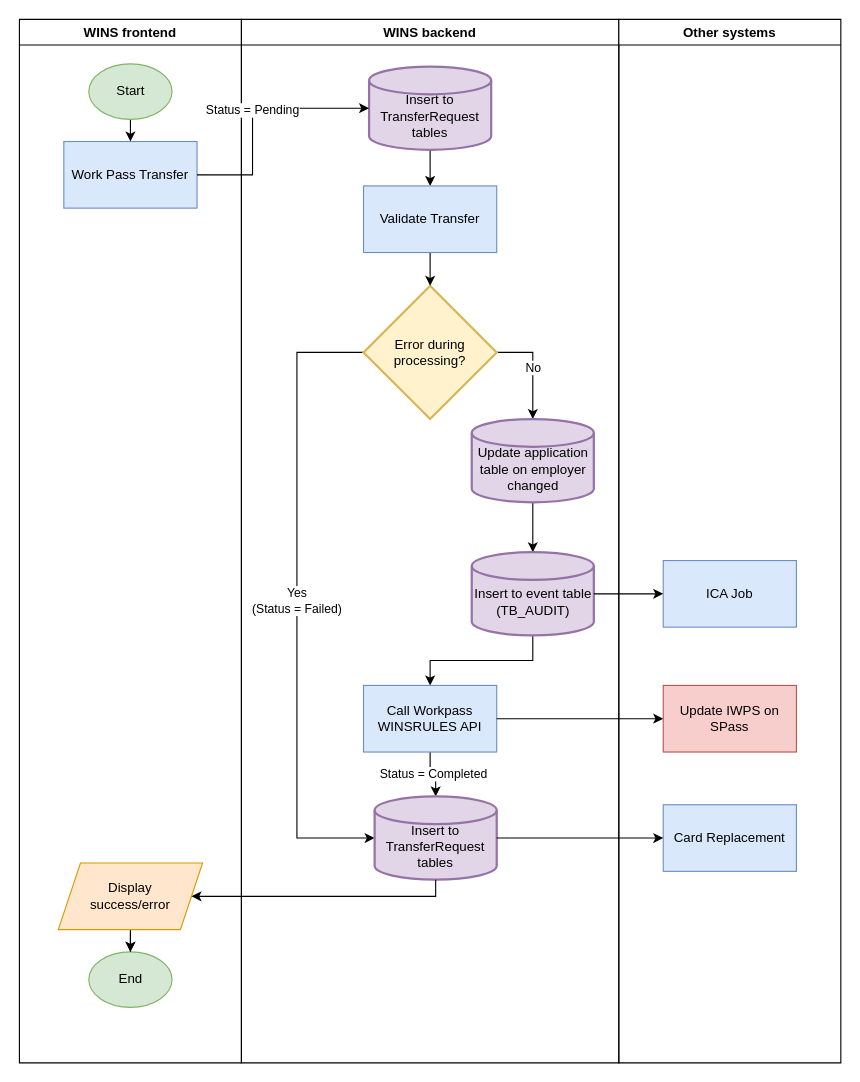
joselynlim/drawio keeps this draw.io diagram as main/workpasstransfer.drawio. Above is the earlier version. Source tidied: cells renumbered, new cells numbered last; positions are measured from the earlier drawing's top-left corner, leaving out a move shared by most shapes. Both pictures are drawn from the tidied source at 111%, with x=0, y=0 at pixel (19, 19).
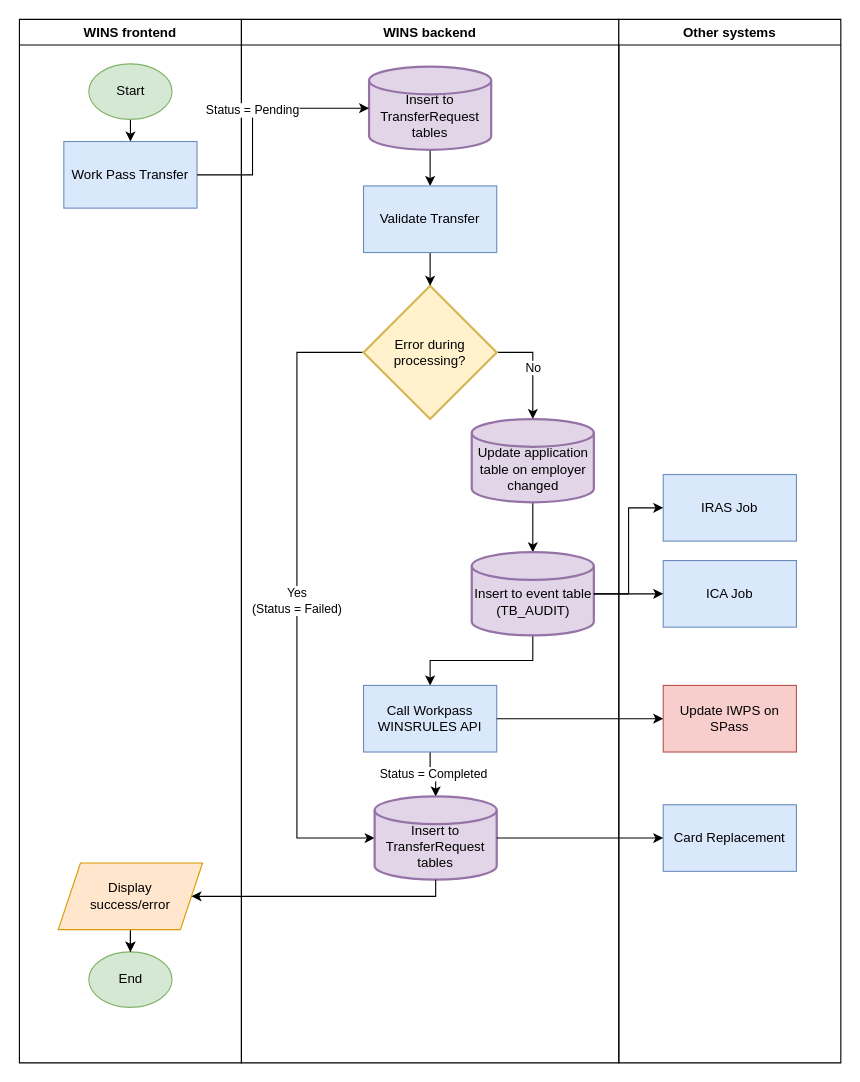
The same diagram, later.

Commit message:
Add IRAS job

Unchanged cells that the change refers to:
```xml
<mxCell id="19" value="&lt;br&gt;Insert to event table (TB_AUDIT)" style="strokeWidth=2;html=1;shape=mxgraph.flowchart.database;whiteSpace=wrap;fillColor=#e1d5e7;strokeColor=#9673a6;" parent="10" vertex="1">
  <mxGeometry x="207.5" y="480" width="110" height="75" as="geometry" />
</mxCell>
<mxCell id="25" value="Other systems" style="swimlane;" parent="1" vertex="1">
  <mxGeometry x="540" width="200" height="940" as="geometry" />
</mxCell>
```

What changed in the source:
```diff
@@
+    <mxCell id="34" value="IRAS Job" style="rounded=0;whiteSpace=wrap;html=1;fillColor=#dae8fc;strokeColor=#6c8ebf;" parent="25" vertex="1">
+      <mxGeometry x="40" y="410" width="120" height="60" as="geometry" />
+    </mxCell>
@@
+    <mxCell id="35" style="edgeStyle=orthogonalEdgeStyle;rounded=0;jettySize=auto;html=1;exitX=1;exitY=0.5;exitDx=0;exitDy=0;exitPerimeter=0;entryX=0;entryY=0.5;entryDx=0;entryDy=0;" parent="1" edge="1" source="19" target="34">
+      <mxGeometry relative="1" as="geometry" />
+    </mxCell>
```
